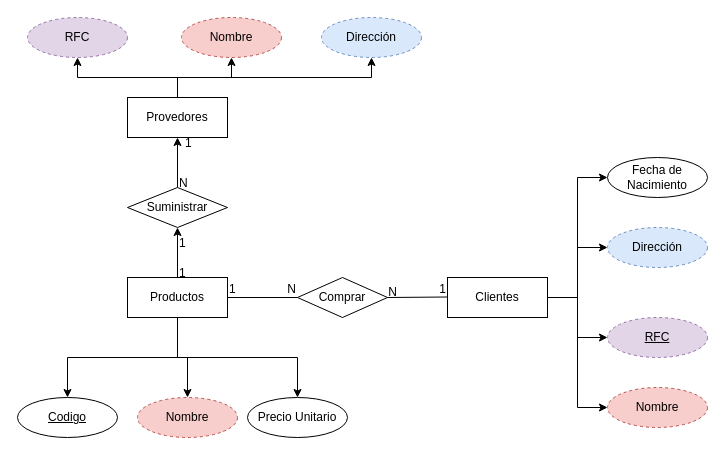
Before: page "Página-1" (1 of 2) of Diagrama sin título.drawio in IsabelSusana/BASE-DE-DATOS, a draw.io diagram. Source tidied: cells renumbered, new cells numbered last; positions are measured from the earlier drawing's top-left corner, leaving out a move shared by most shapes. Both pictures are drawn from the tidied source at 100%, with x=0, y=0 at pixel (17, 17).
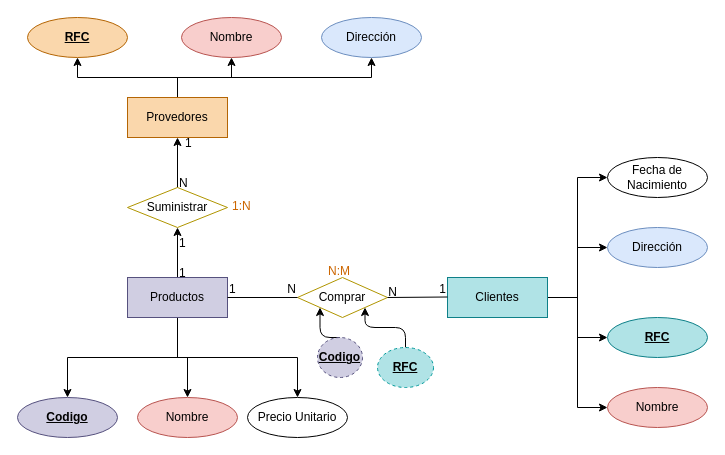
The same page after the edit.

The edit, as a diff of the source:
```diff
@@
-    <mxCell id="6" value="Productos" style="whiteSpace=wrap;html=1;align=center;rounded=0;" parent="1" vertex="1">
+    <mxCell id="6" value="Productos" style="whiteSpace=wrap;html=1;align=center;rounded=0;fillColor=#d0cee2;strokeColor=#56517e;" parent="1" vertex="1">
       <mxGeometry x="110" y="260" width="100" height="40" as="geometry" />
     </mxCell>
@@
-    <mxCell id="11" value="Clientes" style="whiteSpace=wrap;html=1;align=center;rounded=0;" parent="1" vertex="1">
+    <mxCell id="11" value="Clientes" style="whiteSpace=wrap;html=1;align=center;rounded=0;fillColor=#b0e3e6;strokeColor=#0e8088;" parent="1" vertex="1">
       <mxGeometry x="430" y="260" width="100" height="40" as="geometry" />
     </mxCell>
-    <mxCell id="12" value="Comprar" style="shape=rhombus;perimeter=rhombusPerimeter;whiteSpace=wrap;html=1;align=center;rounded=0;" parent="1" vertex="1">
+    <mxCell id="12" value="Comprar" style="shape=rhombus;perimeter=rhombusPerimeter;whiteSpace=wrap;html=1;align=center;rounded=0;fillColor=none;fontColor=#000000;strokeColor=#B09500;" parent="1" vertex="1">
       <mxGeometry x="280" y="260" width="90" height="40" as="geometry" />
     </mxCell>
-    <mxCell id="13" value="RFC" style="ellipse;whiteSpace=wrap;html=1;align=center;fontStyle=4;dashed=1;fillColor=#e1d5e7;strokeColor=#9673a6;rounded=0;" parent="1" vertex="1">
+    <mxCell id="13" value="RFC" style="ellipse;whiteSpace=wrap;html=1;align=center;fontStyle=5;fillColor=#b0e3e6;strokeColor=#0e8088;rounded=0;" parent="1" vertex="1">
       <mxGeometry x="590" y="300" width="100" height="40" as="geometry" />
     </mxCell>
-    <mxCell id="14" value="Nombre" style="ellipse;whiteSpace=wrap;html=1;align=center;fillColor=#f8cecc;strokeColor=#b85450;dashed=1;rounded=0;" parent="1" vertex="1">
+    <mxCell id="14" value="Nombre" style="ellipse;whiteSpace=wrap;html=1;align=center;fillColor=#f8cecc;strokeColor=#b85450;rounded=0;" parent="1" vertex="1">
       <mxGeometry x="590" y="370" width="100" height="40" as="geometry" />
     </mxCell>
-    <mxCell id="15" value="Dirección" style="ellipse;whiteSpace=wrap;html=1;align=center;fillColor=#dae8fc;strokeColor=#6c8ebf;dashed=1;rounded=0;" parent="1" vertex="1">
+    <mxCell id="15" value="Dirección" style="ellipse;whiteSpace=wrap;html=1;align=center;fillColor=#dae8fc;strokeColor=#6c8ebf;rounded=0;" parent="1" vertex="1">
       <mxGeometry x="590" y="210" width="100" height="40" as="geometry" />
     </mxCell>
@@
-    <mxCell id="17" value="Codigo" style="ellipse;whiteSpace=wrap;html=1;align=center;fontStyle=4;rounded=0;" parent="1" vertex="1">
+    <mxCell id="17" value="Codigo" style="ellipse;whiteSpace=wrap;html=1;align=center;fontStyle=5;rounded=0;fillColor=#d0cee2;strokeColor=#56517e;" parent="1" vertex="1">
       <mxGeometry y="380" width="100" height="40" as="geometry" />
     </mxCell>
-    <mxCell id="18" value="Nombre" style="ellipse;whiteSpace=wrap;html=1;align=center;dashed=1;fillColor=#f8cecc;strokeColor=#b85450;rounded=0;" parent="1" vertex="1">
+    <mxCell id="18" value="Nombre" style="ellipse;whiteSpace=wrap;html=1;align=center;fillColor=#f8cecc;strokeColor=#b85450;rounded=0;" parent="1" vertex="1">
       <mxGeometry x="120" y="380" width="100" height="40" as="geometry" />
     </mxCell>
@@
-    <mxCell id="29" value="Provedores" style="whiteSpace=wrap;html=1;align=center;rounded=0;" parent="1" vertex="1">
+    <mxCell id="29" value="Provedores" style="whiteSpace=wrap;html=1;align=center;rounded=0;fillColor=#fad7ac;strokeColor=#b46504;" parent="1" vertex="1">
       <mxGeometry x="110" y="80" width="100" height="40" as="geometry" />
     </mxCell>
@@
-    <mxCell id="31" value="Suministrar" style="shape=rhombus;perimeter=rhombusPerimeter;whiteSpace=wrap;html=1;align=center;rounded=0;" parent="1" vertex="1">
+    <mxCell id="31" value="Suministrar" style="shape=rhombus;perimeter=rhombusPerimeter;whiteSpace=wrap;html=1;align=center;rounded=0;fillColor=none;fontColor=#000000;strokeColor=#B09500;" parent="1" vertex="1">
       <mxGeometry x="110" y="170" width="100" height="40" as="geometry" />
     </mxCell>
@@
-    <mxCell id="45" value="RFC" style="ellipse;whiteSpace=wrap;html=1;align=center;dashed=1;fillColor=#e1d5e7;strokeColor=#9673a6;rounded=0;" parent="1" vertex="1">
+    <mxCell id="45" value="RFC" style="ellipse;whiteSpace=wrap;html=1;align=center;fillColor=#fad7ac;strokeColor=#b46504;rounded=0;fontStyle=5;" parent="1" vertex="1">
       <mxGeometry x="10" width="100" height="40" as="geometry" />
     </mxCell>
-    <mxCell id="46" value="Nombre" style="ellipse;whiteSpace=wrap;html=1;align=center;dashed=1;fillColor=#f8cecc;strokeColor=#b85450;rounded=0;" parent="1" vertex="1">
+    <mxCell id="46" value="Nombre" style="ellipse;whiteSpace=wrap;html=1;align=center;fillColor=#f8cecc;strokeColor=#b85450;rounded=0;" parent="1" vertex="1">
       <mxGeometry x="164" width="100" height="40" as="geometry" />
     </mxCell>
-    <mxCell id="47" value="Dirección" style="ellipse;whiteSpace=wrap;html=1;align=center;fillColor=#dae8fc;strokeColor=#6c8ebf;dashed=1;rounded=0;" parent="1" vertex="1">
+    <mxCell id="47" value="Dirección" style="ellipse;whiteSpace=wrap;html=1;align=center;fillColor=#dae8fc;strokeColor=#6c8ebf;rounded=0;" parent="1" vertex="1">
       <mxGeometry x="304" width="100" height="40" as="geometry" />
     </mxCell>
+    <mxCell id="48" value="N:M" style="text;fillColor=none;spacingLeft=4;spacingRight=4;overflow=hidden;fontSize=12;whiteSpace=wrap;html=1;fontColor=#CC6600;" parent="1" vertex="1">
+      <mxGeometry x="305" y="240" width="40" height="30" as="geometry" />
+    </mxCell>
+    <mxCell id="49" value="1:N" style="text;strokeColor=none;fillColor=none;spacingLeft=4;spacingRight=4;overflow=hidden;fontSize=12;whiteSpace=wrap;html=1;fontColor=#CC6600;" parent="1" vertex="1">
+      <mxGeometry x="209" y="175" width="40" height="30" as="geometry" />
+    </mxCell>
+    <mxCell id="50" style="edgeStyle=orthogonalEdgeStyle;jettySize=auto;html=1;exitX=0.5;exitY=0;exitDx=0;exitDy=0;entryX=1;entryY=1;entryDx=0;entryDy=0;" parent="1" edge="1" source="51" target="12">
+      <mxGeometry relative="1" as="geometry" />
+    </mxCell>
+    <mxCell id="51" value="RFC" style="ellipse;whiteSpace=wrap;html=1;align=center;fontStyle=5;dashed=1;fillColor=#b0e3e6;strokeColor=#009999;rounded=0;" parent="1" vertex="1">
+      <mxGeometry x="360" y="330" width="56" height="40" as="geometry" />
+    </mxCell>
+    <mxCell id="52" style="edgeStyle=orthogonalEdgeStyle;jettySize=auto;html=1;exitX=0.5;exitY=0;exitDx=0;exitDy=0;entryX=0;entryY=1;entryDx=0;entryDy=0;" parent="1" edge="1" source="53" target="12">
+      <mxGeometry relative="1" as="geometry" />
+    </mxCell>
+    <mxCell id="53" value="Codigo" style="ellipse;whiteSpace=wrap;html=1;align=center;fontStyle=5;rounded=0;fillColor=#d0cee2;strokeColor=#56517e;dashed=1;" parent="1" vertex="1">
+      <mxGeometry x="300" y="320" width="45" height="40" as="geometry" />
+    </mxCell>
```
